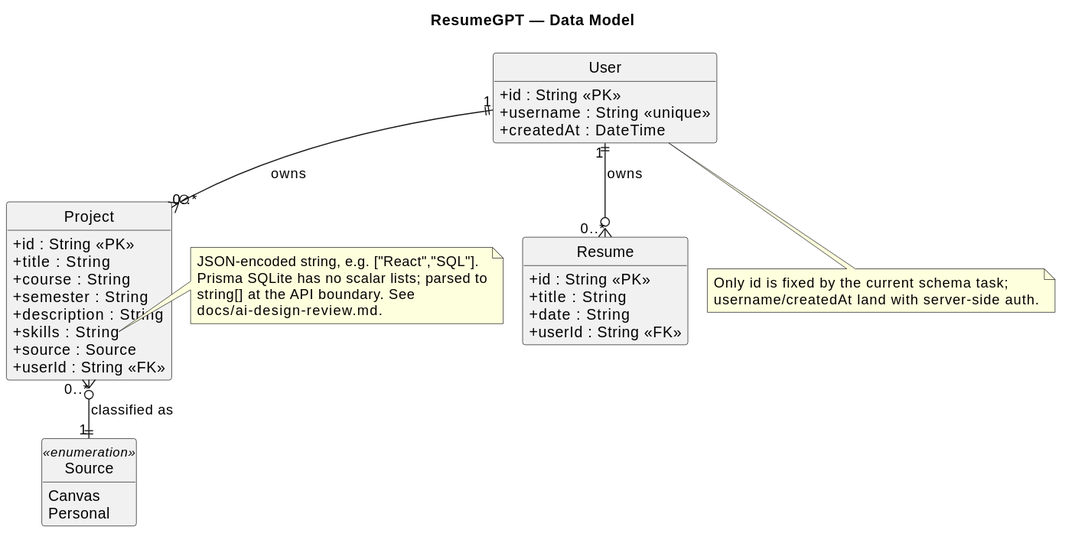
This is docs/uml/class-diagram.svg from group8itsc3155fall26/ResumeGPT, a PlantUML export, as it was before one commit. Its diagram source:
```plantuml
@startuml
skinparam classAttributeIconSize 0
skinparam shadowing false
hide circle
hide empty members

title ResumeGPT — Data Model

class User {
  +id : String <<PK>>
  +username : String <<unique>>
  +createdAt : DateTime
}

class Project {
  +id : String <<PK>>
  +title : String
  +course : String
  +semester : String
  +description : String
  +skills : String
  +source : Source
  +userId : String <<FK>>
}

class Resume {
  +id : String <<PK>>
  +title : String
  +date : String
  +userId : String <<FK>>
}

enum Source <<enumeration>> {
  Canvas
  Personal
}

User "1" ||--o{ "0..*" Project : owns
User "1" ||--o{ "0..*" Resume : owns
Project "0..*" }o--|| "1" Source : classified as

note right of Project::skills
  JSON-encoded string, e.g. ["React","SQL"].
  Prisma SQLite has no scalar lists; parsed to
  string[] at the API boundary. See
  docs/ai-design-review.md.
end note

note bottom of User
  Only id is fixed by the current schema task;
  username/createdAt land with server-side auth.
end note
@enduml
```
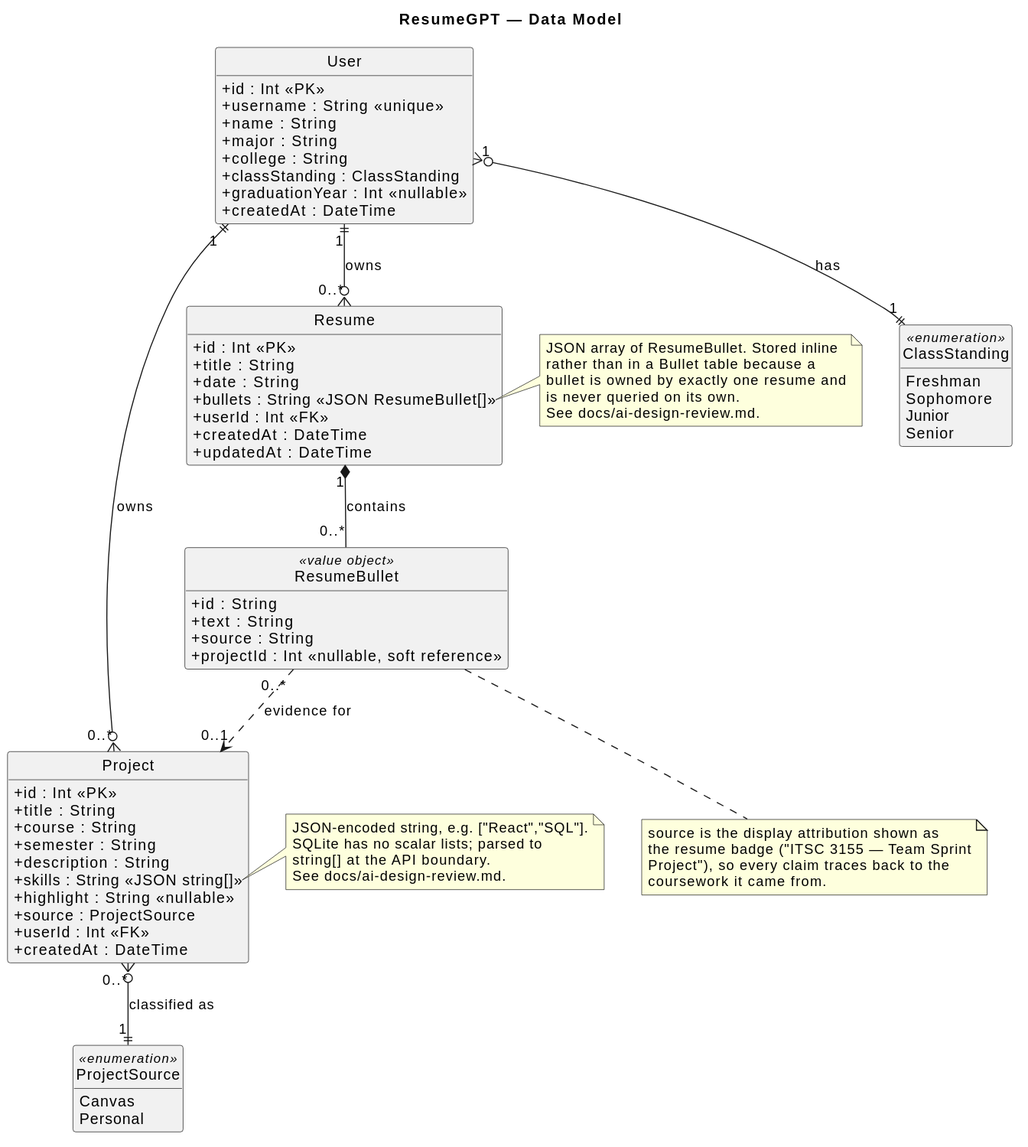
After the commit.

Diff of the diagram source:
```diff
@@ -7,47 +7,84 @@
 title ResumeGPT — Data Model
 
 class User {
-  +id : String <<PK>>
+  +id : Int <<PK>>
   +username : String <<unique>>
+  +name : String
+  +major : String
+  +college : String
+  +classStanding : ClassStanding
+  +graduationYear : Int <<nullable>>
   +createdAt : DateTime
 }
 
 class Project {
-  +id : String <<PK>>
+  +id : Int <<PK>>
   +title : String
   +course : String
   +semester : String
   +description : String
-  +skills : String
-  +source : Source
-  +userId : String <<FK>>
+  +skills : String <<JSON string[]>>
+  +highlight : String <<nullable>>
+  +source : ProjectSource
+  +userId : Int <<FK>>
+  +createdAt : DateTime
 }
 
 class Resume {
-  +id : String <<PK>>
+  +id : Int <<PK>>
   +title : String
   +date : String
-  +userId : String <<FK>>
+  +bullets : String <<JSON ResumeBullet[]>>
+  +userId : Int <<FK>>
+  +createdAt : DateTime
+  +updatedAt : DateTime
 }
 
-enum Source <<enumeration>> {
+class ResumeBullet <<value object>> {
+  +id : String
+  +text : String
+  +source : String
+  +projectId : Int <<nullable, soft reference>>
+}
+
+enum ProjectSource <<enumeration>> {
   Canvas
   Personal
 }
 
+enum ClassStanding <<enumeration>> {
+  Freshman
+  Sophomore
+  Junior
+  Senior
+}
+
 User "1" ||--o{ "0..*" Project : owns
 User "1" ||--o{ "0..*" Resume : owns
-Project "0..*" }o--|| "1" Source : classified as
+Resume "1" *-- "0..*" ResumeBullet : contains
+ResumeBullet "0..*" ..> "0..1" Project : evidence for
+Project "0..*" }o--|| "1" ProjectSource : classified as
+User "1" }o--|| "1" ClassStanding : has
 
 note right of Project::skills
   JSON-encoded string, e.g. ["React","SQL"].
-  Prisma SQLite has no scalar lists; parsed to
-  string[] at the API boundary. See
-  docs/ai-design-review.md.
+  SQLite has no scalar lists; parsed to
+  string[] at the API boundary.
+  See docs/ai-design-review.md.
 end note
 
-note bottom of User
-  Only id is fixed by the current schema task;
-  username/createdAt land with server-side auth.
+note right of Resume::bullets
+  JSON array of ResumeBullet. Stored inline
+  rather than in a Bullet table because a
+  bullet is owned by exactly one resume and
+  is never queried on its own.
+  See docs/ai-design-review.md.
+end note
+
+note bottom of ResumeBullet
+  source is the display attribution shown as
+  the resume badge ("ITSC 3155 — Team Sprint
+  Project"), so every claim traces back to the
+  coursework it came from.
 end note
 @enduml
```
